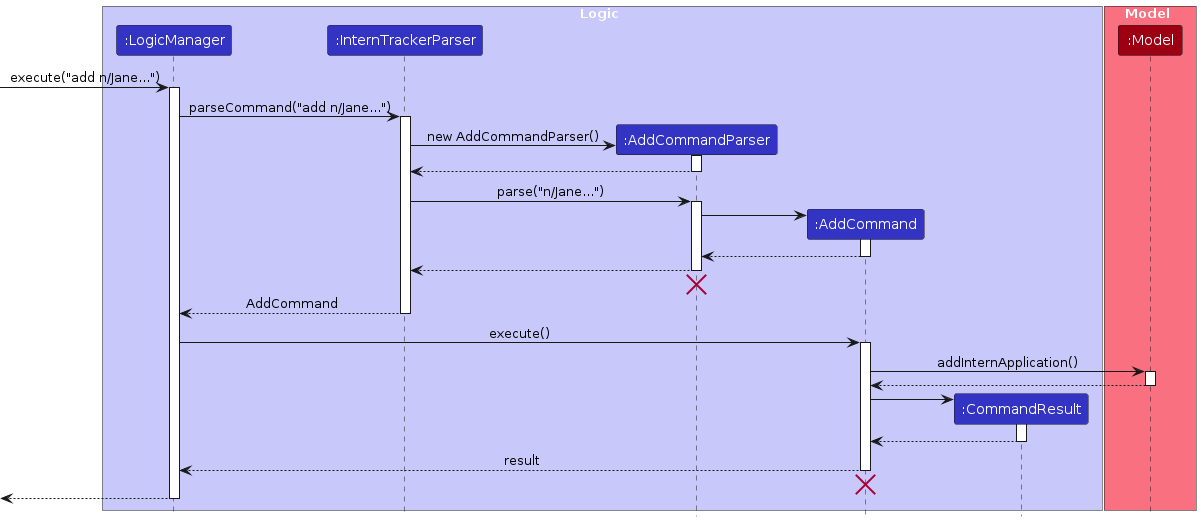
Above: diagrams/AddSequenceDiagram.png in AY2324S1-CS2103T-W17-2/tp (PlantUML), before the change. Its source is kept beside it as diagrams/AddSequenceDiagram.puml.
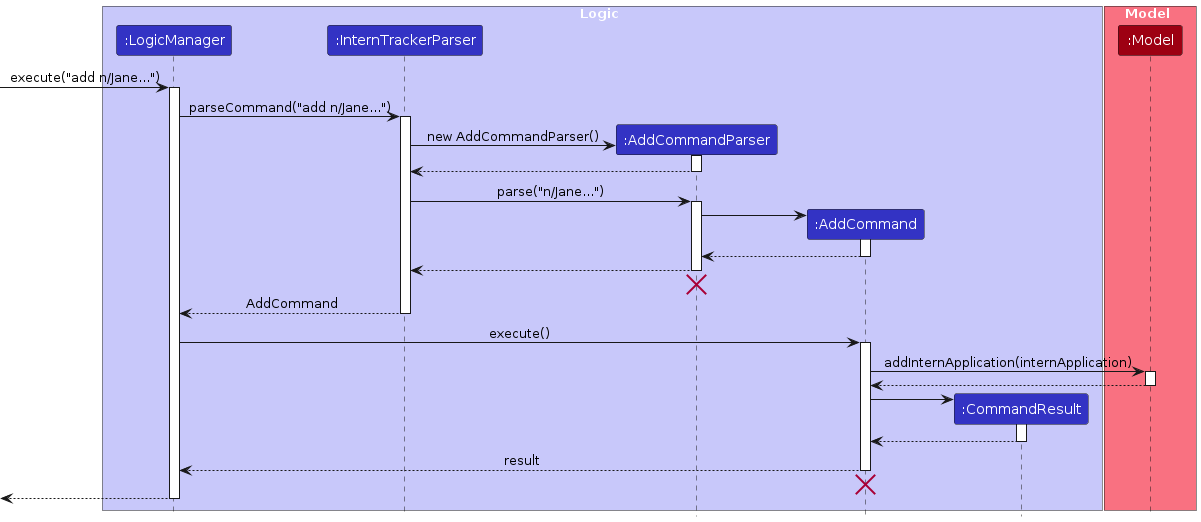
Later version of the same file.

Diff of the diagram source:
```diff
@@ -48,7 +48,7 @@
 LogicManager -> AddCommand : execute()
 activate AddCommand
 
-AddCommand -> Model : addInternApplication()
+AddCommand -> Model : addInternApplication(internApplication)
 activate Model
 
 Model --> AddCommand
```
